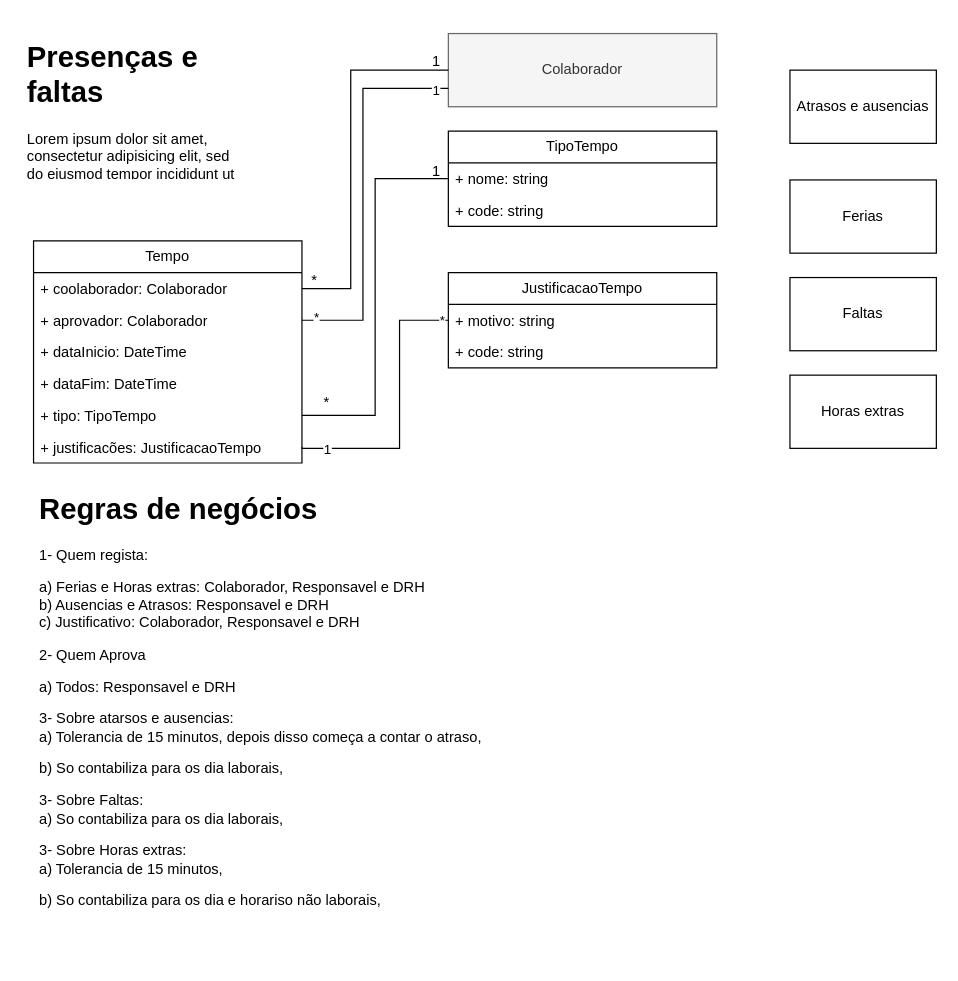
This is page "Página-3" (3 of 4) of data/Diagrama dados.drawio from Hiperbite/nova_rh_srv, a draw.io file, before an edit. Source tidied: cells renumbered, new cells numbered last; positions are measured from the earlier drawing's top-left corner, leaving out a move shared by most shapes. Both pictures are drawn from the tidied source at 122%, with x=0, y=0 at pixel (21, 33).
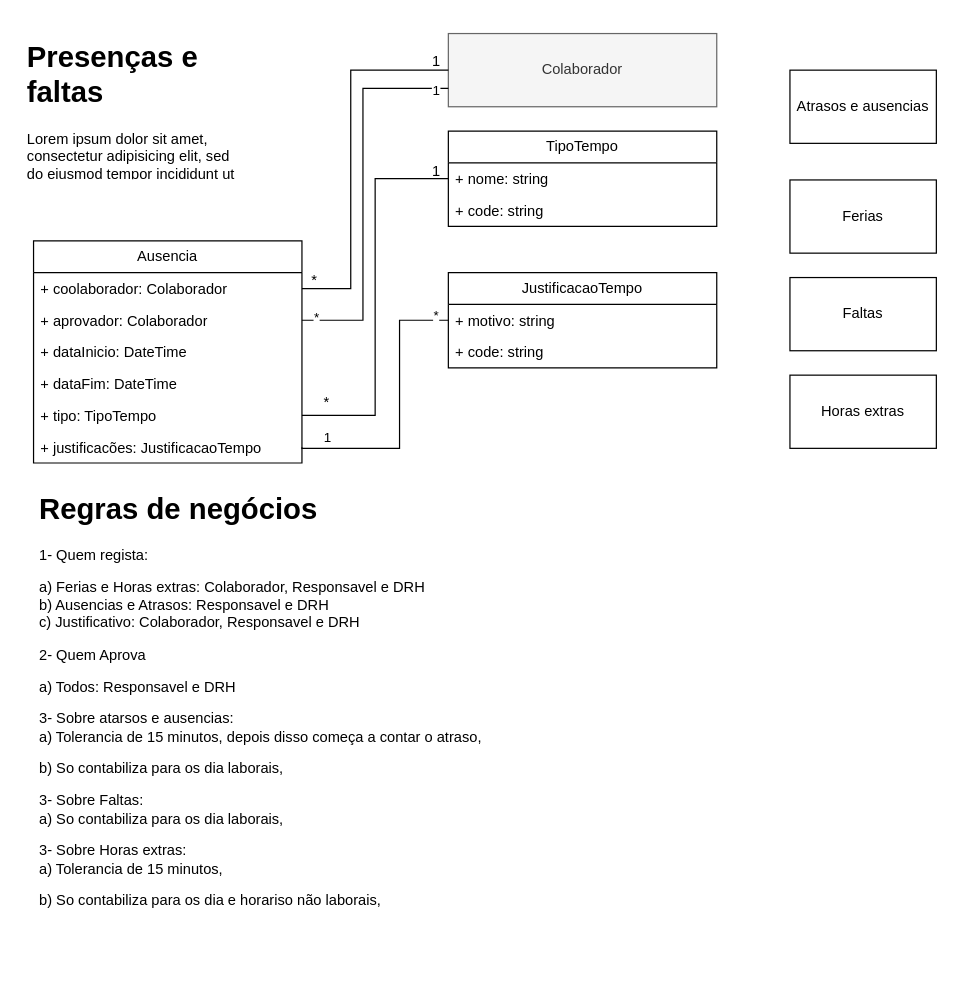
After the change.

Unchanged cells that the change refers to:
```xml
<mxCell id="23" style="edgeStyle=orthogonalEdgeStyle;rounded=0;jettySize=auto;html=1;exitX=1;exitY=0.5;exitDx=0;exitDy=0;endArrow=none;endFill=0;" parent="1" edge="1" source="13">
  <mxGeometry relative="1" as="geometry">
    <mxPoint x="350" y="235" as="targetPoint" />
    <Array as="points">
      <mxPoint x="230" y="340" />
      <mxPoint x="310" y="340" />
      <mxPoint x="310" y="235" />
    </Array>
  </mxGeometry>
</mxCell>
```

Change to the diagram source:
```diff
@@
-    <mxCell id="7" value="Tempo" style="swimlane;fontStyle=0;horizontal=1;startSize=26;fillColor=none;whiteSpace=wrap;html=1;" parent="1" vertex="1">
+    <mxCell id="7" value="Ausencia" style="swimlane;fontStyle=0;horizontal=1;startSize=26;fillColor=none;whiteSpace=wrap;html=1;" parent="1" vertex="1">
       <mxGeometry x="10" y="170" width="220" height="182" as="geometry" />
     </mxCell>
@@
     <mxCell id="24" value="*" style="edgeLabel;html=1;align=center;verticalAlign=middle;" parent="23" vertex="1">
-      <mxGeometry x="0.95" y="1" relative="1" as="geometry" />
+      <mxGeometry x="0.95" y="1" relative="1" as="geometry">
+        <mxPoint x="-5" y="-4" as="offset" />
+      </mxGeometry>
     </mxCell>
     <mxCell id="25" value="1" style="edgeLabel;html=1;align=center;verticalAlign=middle;" parent="23" vertex="1">
-      <mxGeometry x="-0.81" relative="1" as="geometry" />
+      <mxGeometry x="-0.81" relative="1" as="geometry">
+        <mxPoint y="-10" as="offset" />
+      </mxGeometry>
     </mxCell>
```
